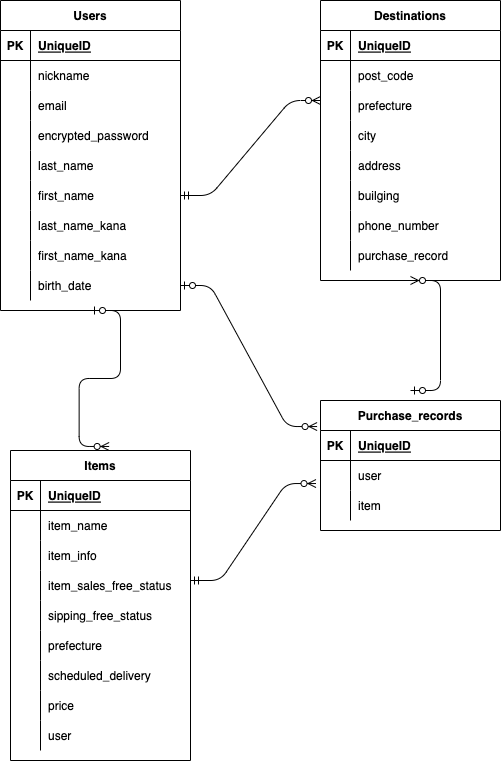
Earlier version of the draw.io export furima-38710.drawio.png (yurika0705/furima-38710). Source tidied: cells renumbered, new cells last; positions are measured from the earlier drawing's top-left corner, leaving out a move shared by most shapes.
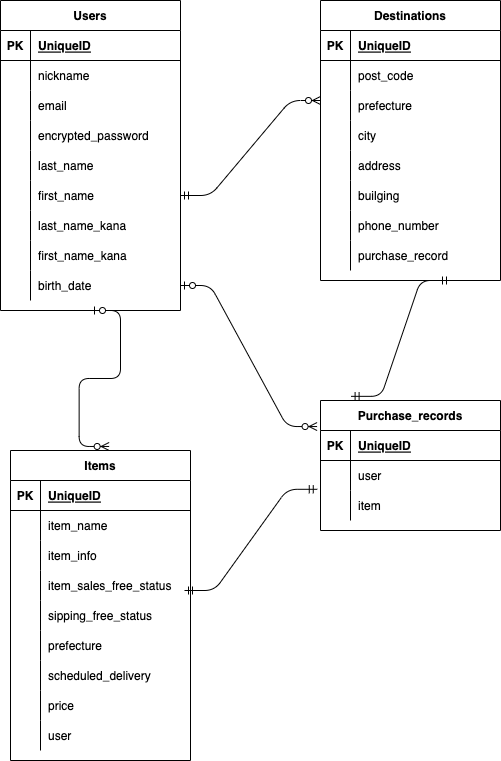
The same file after the commit.

Commit message:
データベース設計修正５

Diff of the diagram source:
```diff
@@ -280,21 +280,21 @@
         <mxPoint x="320" y="100" as="targetPoint" />
       </mxGeometry>
     </mxCell>
-    <mxCell id="94" style="edgeStyle=entityRelationEdgeStyle;fontSize=12;html=1;endArrow=ERzeroToMany;startArrow=ERmandOne;entryX=-0.025;entryY=0.768;entryDx=0;entryDy=0;entryPerimeter=0;" parent="1" edge="1" target="87">
-      <mxGeometry relative="1" as="geometry">
-        <mxPoint x="190" y="580" as="sourcePoint" />
-      </mxGeometry>
-    </mxCell>
     <mxCell id="95" style="edgeStyle=entityRelationEdgeStyle;fontSize=12;html=1;endArrow=ERzeroToMany;startArrow=ERzeroToOne;exitX=1;exitY=0.5;exitDx=0;exitDy=0;entryX=-0.019;entryY=-0.132;entryDx=0;entryDy=0;entryPerimeter=0;" parent="1" edge="1" source="27" target="84">
       <mxGeometry relative="1" as="geometry" />
     </mxCell>
     <mxCell id="96" style="edgeStyle=entityRelationEdgeStyle;fontSize=12;html=1;endArrow=ERzeroToMany;startArrow=ERzeroToOne;exitX=0.5;exitY=1;exitDx=0;exitDy=0;entryX=0.548;entryY=-0.013;entryDx=0;entryDy=0;entryPerimeter=0;" parent="1" edge="1" source="2" target="30">
       <mxGeometry relative="1" as="geometry" />
     </mxCell>
-    <mxCell id="97" style="edgeStyle=entityRelationEdgeStyle;fontSize=12;html=1;endArrow=ERzeroToMany;startArrow=ERzeroToOne;entryX=0.5;entryY=1;entryDx=0;entryDy=0;" parent="1" edge="1" target="58">
-      <mxGeometry relative="1" as="geometry">
-        <mxPoint x="410" y="390" as="sourcePoint" />
-      </mxGeometry>
-    </mxCell>
+    <mxCell id="98" style="edgeStyle=entityRelationEdgeStyle;fontSize=12;html=1;endArrow=ERmandOne;startArrow=ERmandOne;entryX=-0.018;entryY=-0.04;entryDx=0;entryDy=0;entryPerimeter=0;" parent="1" edge="1" target="90">
+      <mxGeometry relative="1" as="geometry">
+        <mxPoint x="184" y="590" as="sourcePoint" />
+      </mxGeometry>
+    </mxCell>
+    <mxCell id="99" style="edgeStyle=entityRelationEdgeStyle;fontSize=12;html=1;endArrow=ERmandOne;startArrow=ERmandOne;exitX=0.17;exitY=-0.032;exitDx=0;exitDy=0;exitPerimeter=0;" parent="1" edge="1" source="83">
+      <mxGeometry relative="1" as="geometry">
+        <mxPoint x="450" y="280" as="targetPoint" />
+      </mxGeometry>
+    </mxCell>
   </root>
 </mxGraphModel>
```
